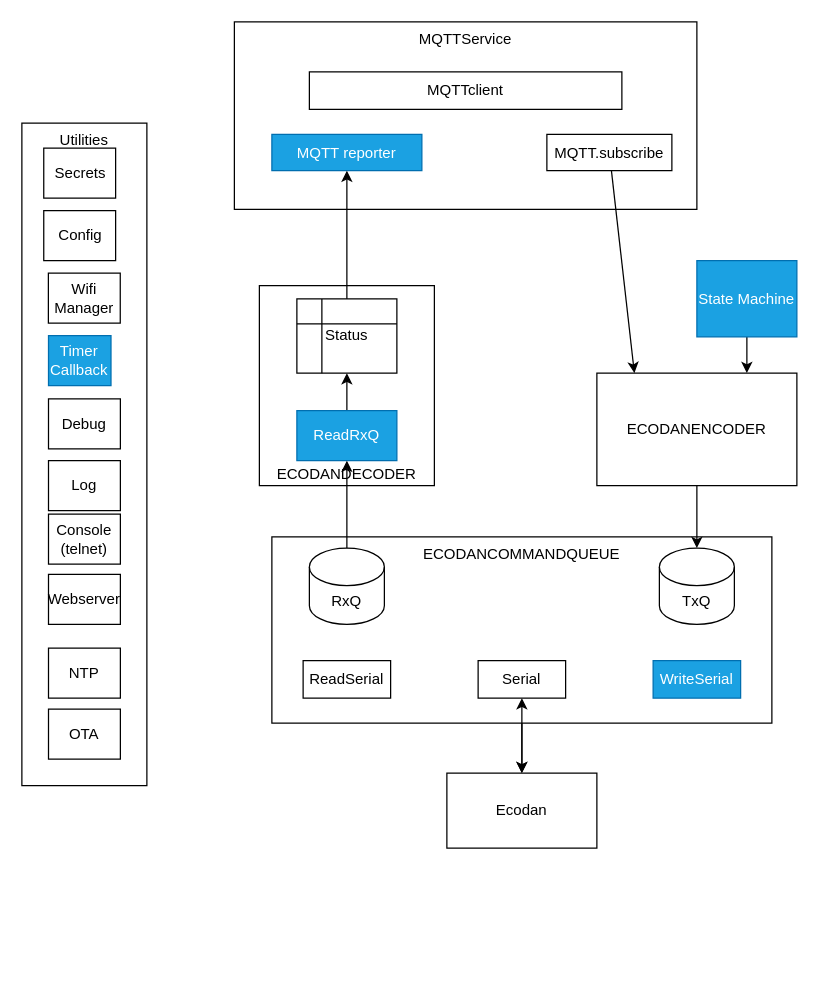
Above: classes.drawio in mtulen888/Mitsubishi-CN105-Protocol-Decode (draw.io), before the change. Source tidied: cells renumbered, new cells numbered last; positions are measured from the earlier drawing's top-left corner, leaving out a move shared by most shapes. Both pictures are drawn from the tidied source at 125%, with x=0, y=0 at pixel (21, 21).
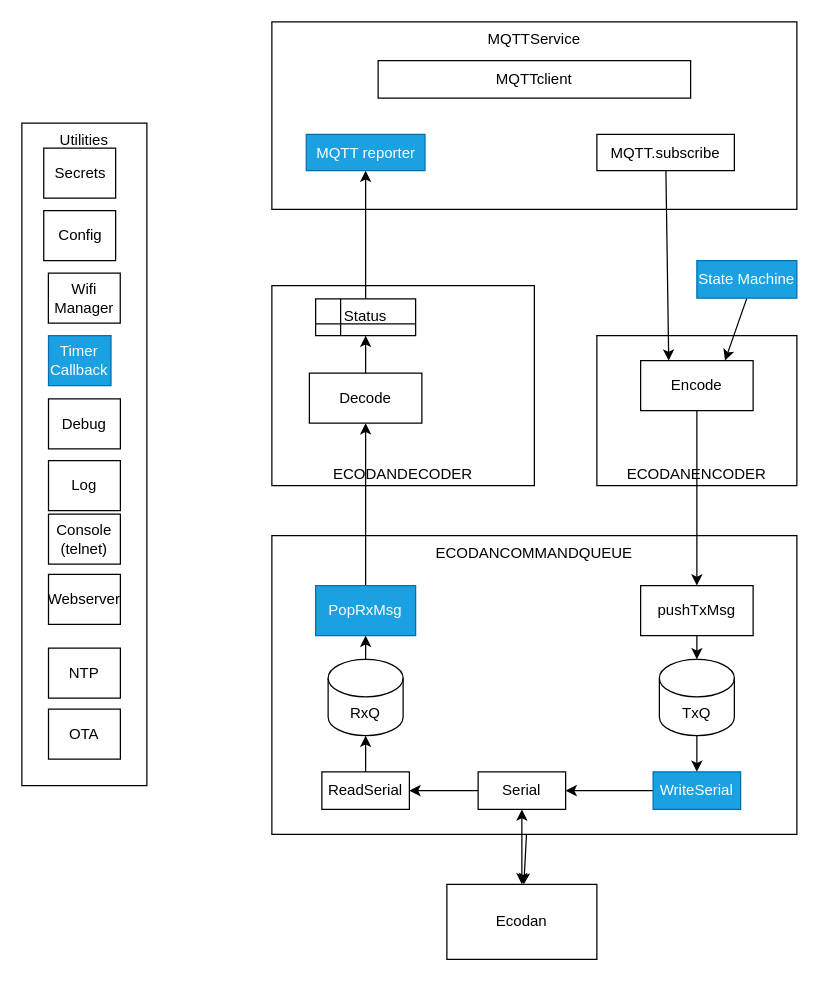
The same diagram, later.

What changed in the source:
```diff
@@
+    <mxCell id="15" value="ECODANENCODER" style="rounded=0;whiteSpace=wrap;html=1;verticalAlign=bottom;" parent="1" vertex="1">
+      <mxGeometry x="460" y="251" width="160" height="120" as="geometry" />
+    </mxCell>
     <mxCell id="2" value="ECODANCOMMANDQUEUE" style="rounded=0;whiteSpace=wrap;html=1;verticalAlign=top;" parent="1" vertex="1">
-      <mxGeometry x="200" y="412" width="400" height="149" as="geometry" />
+      <mxGeometry x="200" y="411" width="420" height="239" as="geometry" />
     </mxCell>
     <mxCell id="3" value="MQTTService" style="rounded=0;whiteSpace=wrap;html=1;verticalAlign=top;" parent="1" vertex="1">
-      <mxGeometry x="170" width="370" height="150" as="geometry" />
+      <mxGeometry x="200" width="420" height="150" as="geometry" />
     </mxCell>
     <mxCell id="4" value="ECODANDECODER" style="rounded=0;whiteSpace=wrap;html=1;verticalAlign=bottom;" parent="1" vertex="1">
-      <mxGeometry x="190" y="211" width="140" height="160" as="geometry" />
+      <mxGeometry x="200" y="211" width="210" height="160" as="geometry" />
     </mxCell>
@@
     <mxCell id="6" value="Ecodan" style="rounded=0;whiteSpace=wrap;html=1;" parent="1" vertex="1">
-      <mxGeometry x="340" y="601" width="120" height="60" as="geometry" />
+      <mxGeometry x="340" y="690" width="120" height="60" as="geometry" />
     </mxCell>
@@
     <mxCell id="9" value="MQTT reporter" style="rounded=0;whiteSpace=wrap;html=1;fillColor=#1ba1e2;fontColor=#ffffff;strokeColor=#006EAF;" parent="1" vertex="1">
-      <mxGeometry x="200" y="90" width="120" height="29" as="geometry" />
+      <mxGeometry x="227.5" y="90" width="95" height="29" as="geometry" />
     </mxCell>
@@
-    <mxCell id="12" style="edgeStyle=none;html=1;" parent="1" edge="1" source="13" target="36">
+    <mxCell id="12" style="edgeStyle=none;html=1;exitX=0.5;exitY=0;exitDx=0;exitDy=0;" parent="1" edge="1" source="45" target="36">
       <mxGeometry relative="1" as="geometry" />
     </mxCell>
+    <mxCell id="37" style="edgeStyle=orthogonalEdgeStyle;rounded=0;jettySize=auto;html=1;entryX=0.5;entryY=1;entryDx=0;entryDy=0;" parent="1" edge="1" source="13" target="45">
+      <mxGeometry relative="1" as="geometry" />
+    </mxCell>
-    <mxCell id="13" value="ReadRxQ" style="rounded=0;whiteSpace=wrap;html=1;fillColor=#1ba1e2;fontColor=#ffffff;strokeColor=#006EAF;" parent="1" vertex="1">
-      <mxGeometry x="220" y="311" width="80" height="40" as="geometry" />
+    <mxCell id="13" value="PopRxMsg" style="rounded=0;whiteSpace=wrap;html=1;fillColor=#1ba1e2;fontColor=#ffffff;strokeColor=#006EAF;" parent="1" vertex="1">
+      <mxGeometry x="235" y="451" width="80" height="40" as="geometry" />
     </mxCell>
-    <mxCell id="14" style="edgeStyle=none;html=1;" parent="1" edge="1" source="15" target="16">
+    <mxCell id="14" style="edgeStyle=none;html=1;exitX=0.5;exitY=1;exitDx=0;exitDy=0;" parent="1" edge="1" source="42" target="16">
       <mxGeometry relative="1" as="geometry" />
     </mxCell>
-    <mxCell id="15" value="ECODANENCODER" style="rounded=0;whiteSpace=wrap;html=1;" parent="1" vertex="1">
-      <mxGeometry x="460" y="281" width="160" height="90" as="geometry" />
-    </mxCell>
+    <mxCell id="38" style="edgeStyle=orthogonalEdgeStyle;rounded=0;jettySize=auto;html=1;" parent="1" edge="1" source="16" target="26">
+      <mxGeometry relative="1" as="geometry" />
+    </mxCell>
     <mxCell id="16" value="TxQ" style="shape=cylinder3;whiteSpace=wrap;html=1;boundedLbl=1;backgroundOutline=1;size=15;" parent="1" vertex="1">
-      <mxGeometry x="510" y="421" width="60" height="61" as="geometry" />
+      <mxGeometry x="510" y="510" width="60" height="61" as="geometry" />
     </mxCell>
@@
     <mxCell id="18" value="RxQ" style="shape=cylinder3;whiteSpace=wrap;html=1;boundedLbl=1;backgroundOutline=1;size=15;" parent="1" vertex="1">
-      <mxGeometry x="230" y="421" width="60" height="61" as="geometry" />
+      <mxGeometry x="245" y="510" width="60" height="61" as="geometry" />
     </mxCell>
-    <mxCell id="19" style="edgeStyle=none;html=1;" parent="1" edge="1" source="20">
-      <mxGeometry relative="1" as="geometry">
-        <mxPoint x="490" y="281" as="targetPoint" />
-      </mxGeometry>
+    <mxCell id="19" style="edgeStyle=none;html=1;entryX=0.25;entryY=0;entryDx=0;entryDy=0;" parent="1" edge="1" source="20" target="44">
+      <mxGeometry relative="1" as="geometry" />
     </mxCell>
     <mxCell id="20" value="MQTT.subscribe" style="rounded=0;whiteSpace=wrap;html=1;" parent="1" vertex="1">
-      <mxGeometry x="420" y="90" width="100" height="29" as="geometry" />
+      <mxGeometry x="460" y="90" width="110" height="29" as="geometry" />
     </mxCell>
-    <mxCell id="21" style="edgeStyle=none;html=1;exitX=0.5;exitY=1;exitDx=0;exitDy=0;entryX=0.75;entryY=0;entryDx=0;entryDy=0;" parent="1" edge="1" source="22" target="15">
+    <mxCell id="21" style="edgeStyle=none;html=1;exitX=0.5;exitY=1;exitDx=0;exitDy=0;entryX=0.75;entryY=0;entryDx=0;entryDy=0;" parent="1" edge="1" source="22" target="44">
       <mxGeometry relative="1" as="geometry" />
     </mxCell>
     <mxCell id="22" value="State Machine" style="rounded=0;whiteSpace=wrap;html=1;fillColor=#1ba1e2;fontColor=#ffffff;strokeColor=#006EAF;" parent="1" vertex="1">
-      <mxGeometry x="540" y="191" width="80" height="61" as="geometry" />
+      <mxGeometry x="540" y="191" width="80" height="30" as="geometry" />
     </mxCell>
@@
     <mxCell id="24" value="MQTTclient" style="rounded=0;whiteSpace=wrap;html=1;" parent="1" vertex="1">
-      <mxGeometry x="230" y="40" width="250" height="30" as="geometry" />
+      <mxGeometry x="285" y="31" width="250" height="30" as="geometry" />
     </mxCell>
+    <mxCell id="39" style="edgeStyle=orthogonalEdgeStyle;rounded=0;jettySize=auto;html=1;entryX=1;entryY=0.5;entryDx=0;entryDy=0;" parent="1" edge="1" source="25" target="27">
+      <mxGeometry relative="1" as="geometry" />
+    </mxCell>
     <mxCell id="25" value="Serial" style="rounded=0;whiteSpace=wrap;html=1;" parent="1" vertex="1">
-      <mxGeometry x="365" y="511" width="70" height="30" as="geometry" />
+      <mxGeometry x="365" y="600" width="70" height="30" as="geometry" />
     </mxCell>
+    <mxCell id="40" style="edgeStyle=orthogonalEdgeStyle;rounded=0;jettySize=auto;html=1;entryX=1;entryY=0.5;entryDx=0;entryDy=0;" parent="1" edge="1" source="26" target="25">
+      <mxGeometry relative="1" as="geometry" />
+    </mxCell>
     <mxCell id="26" value="WriteSerial" style="rounded=0;whiteSpace=wrap;html=1;fillColor=#1ba1e2;fontColor=#ffffff;strokeColor=#006EAF;" parent="1" vertex="1">
-      <mxGeometry x="505" y="511" width="70" height="30" as="geometry" />
+      <mxGeometry x="505" y="600" width="70" height="30" as="geometry" />
     </mxCell>
+    <mxCell id="41" style="edgeStyle=orthogonalEdgeStyle;rounded=0;jettySize=auto;html=1;" parent="1" edge="1" source="27" target="18">
+      <mxGeometry relative="1" as="geometry" />
+    </mxCell>
     <mxCell id="27" value="ReadSerial" style="rounded=0;whiteSpace=wrap;html=1;" parent="1" vertex="1">
-      <mxGeometry x="225" y="511" width="70" height="30" as="geometry" />
+      <mxGeometry x="240" y="600" width="70" height="30" as="geometry" />
     </mxCell>
@@
     <mxCell id="36" value="Status" style="shape=internalStorage;whiteSpace=wrap;html=1;backgroundOutline=1;" parent="1" vertex="1">
-      <mxGeometry x="220" y="221.6" width="80" height="59.4" as="geometry" />
+      <mxGeometry x="235" y="221.6" width="80" height="29.4" as="geometry" />
     </mxCell>
+    <mxCell id="42" value="pushTxMsg" style="rounded=0;whiteSpace=wrap;html=1;" parent="1" vertex="1">
+      <mxGeometry x="495" y="451" width="90" height="40" as="geometry" />
+    </mxCell>
+    <mxCell id="43" style="edgeStyle=orthogonalEdgeStyle;rounded=0;jettySize=auto;html=1;entryX=0.5;entryY=0;entryDx=0;entryDy=0;" parent="1" edge="1" source="44" target="42">
+      <mxGeometry relative="1" as="geometry" />
+    </mxCell>
+    <mxCell id="44" value="Encode" style="rounded=0;whiteSpace=wrap;html=1;" parent="1" vertex="1">
+      <mxGeometry x="495" y="271" width="90" height="40" as="geometry" />
+    </mxCell>
+    <mxCell id="45" value="Decode" style="rounded=0;whiteSpace=wrap;html=1;" parent="1" vertex="1">
+      <mxGeometry x="230" y="281" width="90" height="40" as="geometry" />
+    </mxCell>
```
